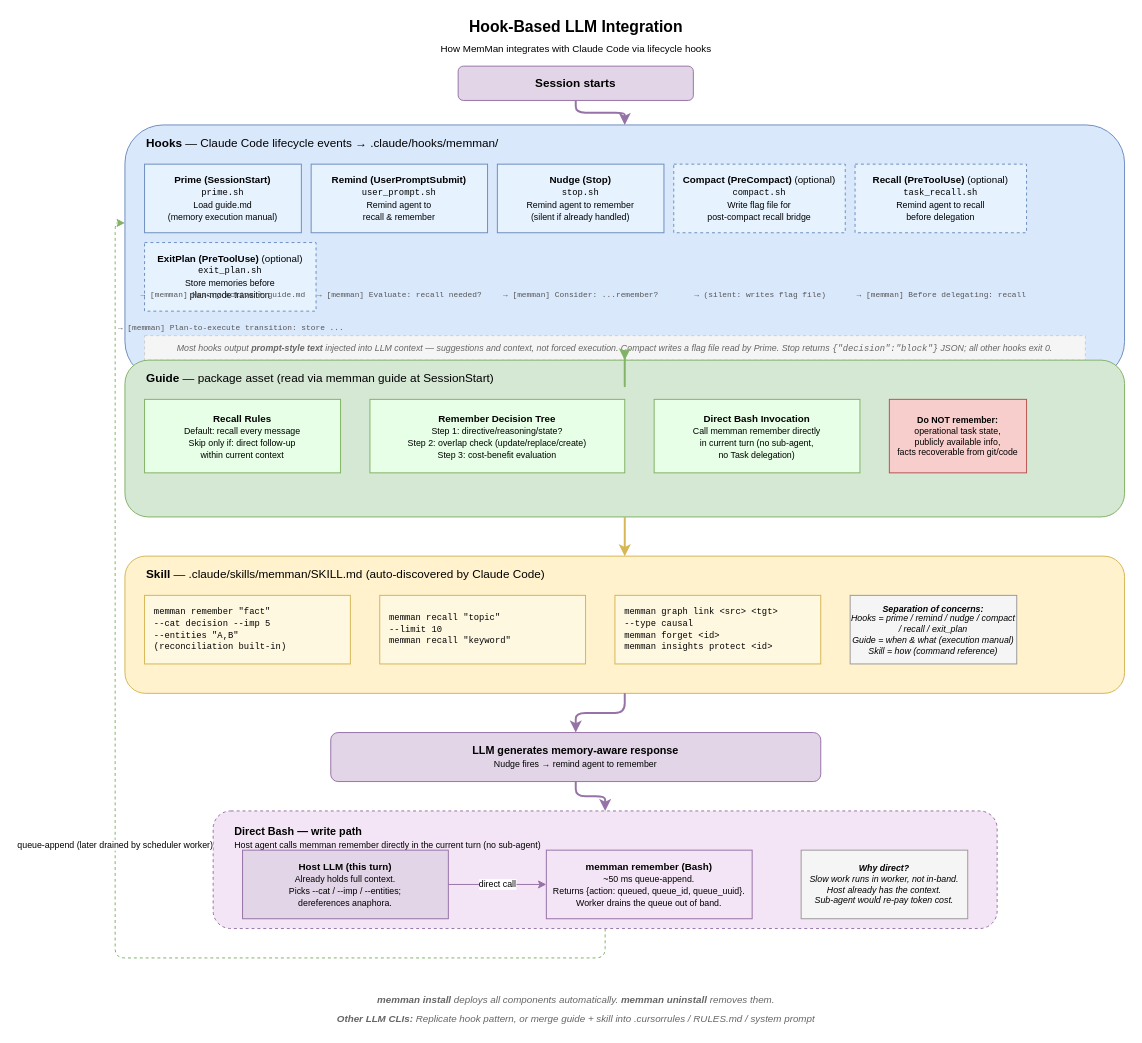
Before: docs/diagrams/07-three-layer-integration.drawio in bissli/memman, a draw.io diagram. Source tidied: cells renumbered, new cells numbered last; positions are measured from the earlier drawing's top-left corner, leaving out a move shared by most shapes. Both pictures are drawn from the tidied source at 98%, with x=0, y=0 at pixel (115, 17).
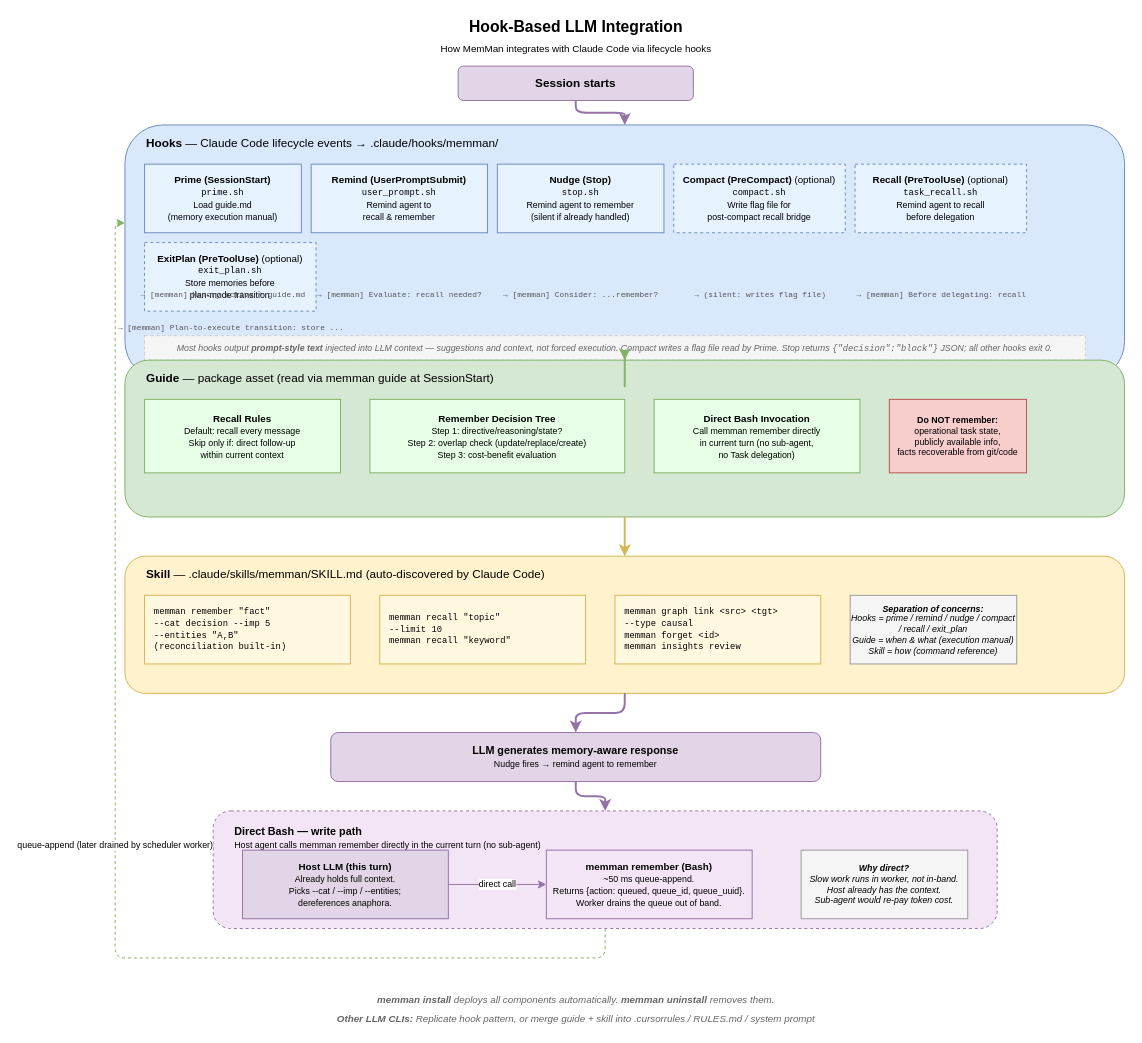
After the change.

The edit, as a diff of the source:
```diff
@@
-    <mxCell id="31" value="&lt;font style=&quot;font-family:monospace;font-size:9px&quot;&gt;memman graph link &amp;lt;src&amp;gt; &amp;lt;tgt&amp;gt;&lt;br&gt;  --type causal&lt;br&gt;memman forget &amp;lt;id&amp;gt;&lt;br&gt;memman insights protect &amp;lt;id&amp;gt;&lt;/font&gt;" style="rounded=0;whiteSpace=wrap;html=1;fillColor=#FFF8E1;strokeColor=#d6b656;fontSize=9;align=left;spacingLeft=8;" parent="1" vertex="1">
+    <mxCell id="31" value="&lt;font style=&quot;font-family:monospace;font-size:9px&quot;&gt;memman graph link &amp;lt;src&amp;gt; &amp;lt;tgt&amp;gt;&lt;br&gt;  --type causal&lt;br&gt;memman forget &amp;lt;id&amp;gt;&lt;br&gt;memman insights review&lt;/font&gt;" style="rounded=0;whiteSpace=wrap;html=1;fillColor=#FFF8E1;strokeColor=#d6b656;fontSize=9;align=left;spacingLeft=8;" parent="1" vertex="1">
       <mxGeometry x="510" y="590" width="210" height="70" as="geometry" />
     </mxCell>
```
